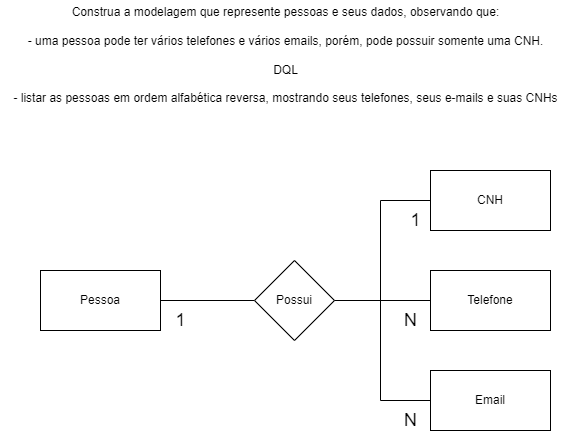
The draw.io diagram exercícios/1.1/1.1.drawio.png in wenderdecastro/senai_sprint1_bd, before a commit. Source tidied: cells renumbered, new cells last; positions are measured from the earlier drawing's top-left corner, leaving out a move shared by most shapes. Its diagram source:
```xml
<mxGraphModel>
  <root>
    <mxCell id="0" />
    <mxCell id="1" parent="0" />
    <mxCell id="2" style="edgeStyle=orthogonalEdgeStyle;rounded=0;jettySize=auto;html=1;endArrow=none;endFill=0;" parent="1" edge="1" source="3" target="8">
      <mxGeometry relative="1" as="geometry" />
    </mxCell>
    <mxCell id="3" value="Pessoa" style="rounded=0;whiteSpace=wrap;html=1;" parent="1" vertex="1">
      <mxGeometry x="40" y="270" width="120" height="60" as="geometry" />
    </mxCell>
    <mxCell id="4" value="CNH" style="rounded=0;whiteSpace=wrap;html=1;" parent="1" vertex="1">
      <mxGeometry x="430" y="170" width="120" height="60" as="geometry" />
    </mxCell>
    <mxCell id="5" style="edgeStyle=orthogonalEdgeStyle;rounded=0;jettySize=auto;html=1;entryX=0;entryY=0.5;entryDx=0;entryDy=0;endArrow=none;endFill=0;" parent="1" edge="1" source="8" target="9">
      <mxGeometry relative="1" as="geometry">
        <Array as="points">
          <mxPoint x="380" y="300" />
          <mxPoint x="380" y="400" />
        </Array>
      </mxGeometry>
    </mxCell>
    <mxCell id="6" style="edgeStyle=orthogonalEdgeStyle;rounded=0;jettySize=auto;html=1;exitX=1;exitY=0.5;exitDx=0;exitDy=0;endArrow=none;endFill=0;" parent="1" edge="1" source="8" target="4">
      <mxGeometry relative="1" as="geometry">
        <Array as="points">
          <mxPoint x="380" y="300" />
          <mxPoint x="380" y="200" />
        </Array>
      </mxGeometry>
    </mxCell>
    <mxCell id="7" style="edgeStyle=orthogonalEdgeStyle;rounded=0;jettySize=auto;html=1;exitX=1;exitY=0.5;exitDx=0;exitDy=0;entryX=0;entryY=0.5;entryDx=0;entryDy=0;endArrow=none;endFill=0;" parent="1" edge="1" source="8" target="14">
      <mxGeometry relative="1" as="geometry" />
    </mxCell>
    <mxCell id="8" value="Possui" style="rhombus;whiteSpace=wrap;html=1;" parent="1" vertex="1">
      <mxGeometry x="254" y="260" width="80" height="80" as="geometry" />
    </mxCell>
    <mxCell id="9" value="Email" style="rounded=0;whiteSpace=wrap;html=1;" parent="1" vertex="1">
      <mxGeometry x="430" y="370" width="120" height="60" as="geometry" />
    </mxCell>
    <mxCell id="10" value="&lt;div&gt;Construa a modelagem que represente pessoas e seus dados, observando que:&lt;/div&gt;&lt;div&gt;&lt;br&gt;&lt;/div&gt;&lt;div&gt;- uma pessoa pode ter vários telefones e vários emails, porém, pode possuir somente uma CNH.&lt;/div&gt;&lt;div&gt;&lt;br&gt;&lt;/div&gt;&lt;div&gt;DQL&lt;/div&gt;&lt;div&gt;&lt;br&gt;&lt;/div&gt;&lt;div&gt;- listar as pessoas em ordem alfabética reversa, mostrando seus telefones, seus e-mails e suas CNHs&lt;/div&gt;" style="text;html=1;align=center;verticalAlign=middle;strokeColor=none;fillColor=none;" parent="1" vertex="1">
      <mxGeometry width="570" height="110" as="geometry" />
    </mxCell>
    <mxCell id="11" value="N" style="text;html=1;align=center;verticalAlign=middle;strokeColor=none;fillColor=none;fontSize=18;" parent="1" vertex="1">
      <mxGeometry x="390" y="400" width="40" height="40" as="geometry" />
    </mxCell>
    <mxCell id="12" value="1" style="text;html=1;align=center;verticalAlign=middle;strokeColor=none;fillColor=none;fontSize=18;" parent="1" vertex="1">
      <mxGeometry x="165" y="300" width="30" height="40" as="geometry" />
    </mxCell>
    <mxCell id="13" value="1" style="text;html=1;align=center;verticalAlign=middle;strokeColor=none;fillColor=none;fontSize=18;" parent="1" vertex="1">
      <mxGeometry x="400" y="200" width="30" height="40" as="geometry" />
    </mxCell>
    <mxCell id="14" value="Telefone" style="rounded=0;whiteSpace=wrap;html=1;" parent="1" vertex="1">
      <mxGeometry x="430" y="270" width="120" height="60" as="geometry" />
    </mxCell>
    <mxCell id="15" value="N" style="text;html=1;align=center;verticalAlign=middle;strokeColor=none;fillColor=none;fontSize=18;" parent="1" vertex="1">
      <mxGeometry x="390" y="300" width="40" height="40" as="geometry" />
    </mxCell>
  </root>
</mxGraphModel>
```
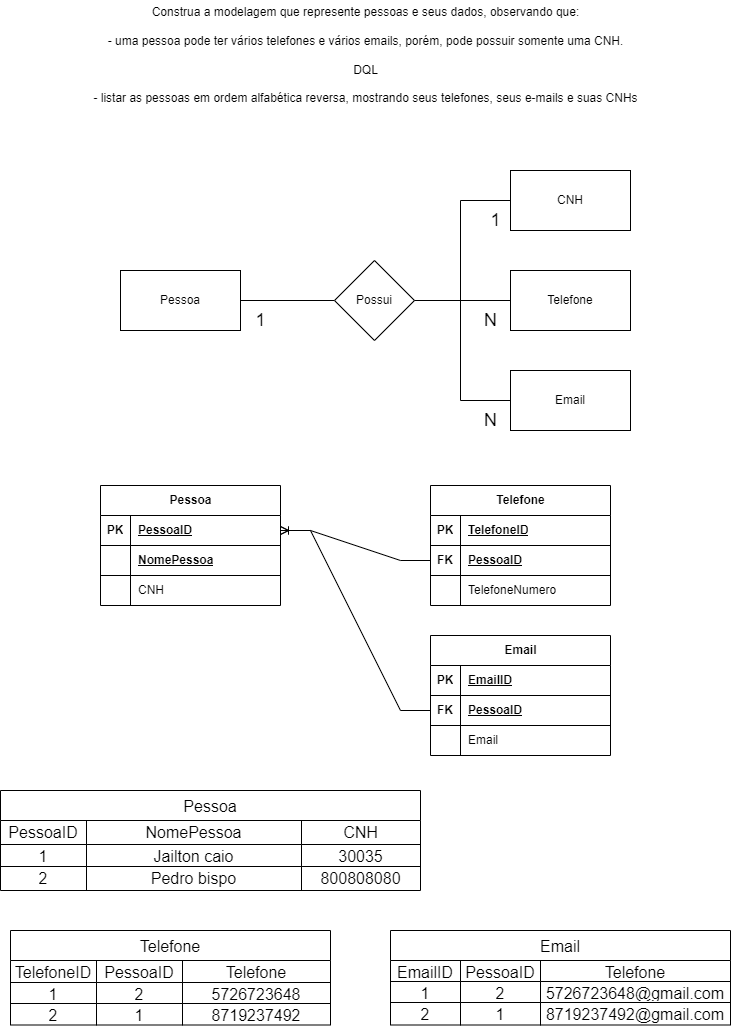
Later version of the same file.

Diff of the diagram source:
```diff
@@ -54,5 +54,226 @@
     <mxCell id="15" value="N" style="text;html=1;align=center;verticalAlign=middle;strokeColor=none;fillColor=none;fontSize=18;" parent="1" vertex="1">
       <mxGeometry x="390" y="300" width="40" height="40" as="geometry" />
     </mxCell>
+    <mxCell id="16" value="Pessoa" style="shape=table;startSize=30;rowLines=0;fontStyle=1;align=center;html=1;" parent="1" vertex="1">
+      <mxGeometry x="20" y="485" width="180" height="120" as="geometry" />
+    </mxCell>
+    <mxCell id="17" style="shape=tableRow;horizontal=0;startSize=0;swimlaneHead=0;swimlaneBody=0;fillColor=none;points=[[0,0.5],[1,0.5]];portConstraint=eastwest;top=0;left=0;right=0;bottom=1;" parent="16" vertex="1">
+      <mxGeometry y="30" width="180" height="30" as="geometry" />
+    </mxCell>
+    <mxCell id="18" value="PK" style="shape=partialRectangle;fillColor=none;top=0;left=0;bottom=0;right=0;fontStyle=1;overflow=hidden;whiteSpace=wrap;html=1;" parent="17" vertex="1">
+      <mxGeometry width="30" height="30" as="geometry" />
+    </mxCell>
+    <mxCell id="19" value="PessoaID" style="shape=partialRectangle;fillColor=none;top=0;left=0;bottom=0;right=0;align=left;spacingLeft=6;fontStyle=5;overflow=hidden;whiteSpace=wrap;html=1;" parent="17" vertex="1">
+      <mxGeometry x="30" width="150" height="30" as="geometry" />
+    </mxCell>
+    <mxCell id="20" style="shape=tableRow;horizontal=0;startSize=0;swimlaneHead=0;swimlaneBody=0;fillColor=none;top=0;left=0;right=0;bottom=1;" parent="16" vertex="1">
+      <mxGeometry y="60" width="180" height="30" as="geometry" />
+    </mxCell>
+    <mxCell id="21" style="shape=partialRectangle;fillColor=none;top=0;left=0;bottom=0;right=0;fontStyle=1;overflow=hidden;whiteSpace=wrap;html=1;" parent="20" vertex="1">
+      <mxGeometry width="30" height="30" as="geometry" />
+    </mxCell>
+    <mxCell id="22" value="NomePessoa" style="shape=partialRectangle;fillColor=none;top=0;left=0;bottom=0;right=0;align=left;spacingLeft=6;fontStyle=5;overflow=hidden;whiteSpace=wrap;html=1;" parent="20" vertex="1">
+      <mxGeometry x="30" width="150" height="30" as="geometry" />
+    </mxCell>
+    <mxCell id="23" style="shape=tableRow;horizontal=0;startSize=0;swimlaneHead=0;swimlaneBody=0;fillColor=none;top=0;left=0;right=0;bottom=0;" parent="16" vertex="1">
+      <mxGeometry y="90" width="180" height="30" as="geometry" />
+    </mxCell>
+    <mxCell id="24" style="shape=partialRectangle;fillColor=none;top=0;left=0;bottom=0;right=0;overflow=hidden;whiteSpace=wrap;html=1;" parent="23" vertex="1">
+      <mxGeometry width="30" height="30" as="geometry" />
+    </mxCell>
+    <mxCell id="25" value="CNH" style="shape=partialRectangle;fillColor=none;top=0;left=0;bottom=0;right=0;align=left;spacingLeft=6;overflow=hidden;whiteSpace=wrap;html=1;" parent="23" vertex="1">
+      <mxGeometry x="30" width="150" height="30" as="geometry" />
+    </mxCell>
+    <mxCell id="26" value="Telefone" style="shape=table;startSize=30;rowLines=0;fontStyle=1;align=center;html=1;" parent="1" vertex="1">
+      <mxGeometry x="350" y="485" width="180" height="120" as="geometry" />
+    </mxCell>
+    <mxCell id="27" style="shape=tableRow;horizontal=0;startSize=0;swimlaneHead=0;swimlaneBody=0;fillColor=none;top=0;left=0;right=0;bottom=1;" parent="26" vertex="1">
+      <mxGeometry y="30" width="180" height="30" as="geometry" />
+    </mxCell>
+    <mxCell id="28" value="PK" style="shape=partialRectangle;fillColor=none;top=0;left=0;bottom=0;right=0;fontStyle=1;overflow=hidden;whiteSpace=wrap;html=1;" parent="27" vertex="1">
+      <mxGeometry width="30" height="30" as="geometry" />
+    </mxCell>
+    <mxCell id="29" value="TelefoneID" style="shape=partialRectangle;fillColor=none;top=0;left=0;bottom=0;right=0;align=left;spacingLeft=6;fontStyle=5;overflow=hidden;whiteSpace=wrap;html=1;" parent="27" vertex="1">
+      <mxGeometry x="30" width="150" height="30" as="geometry" />
+    </mxCell>
+    <mxCell id="30" style="shape=tableRow;horizontal=0;startSize=0;swimlaneHead=0;swimlaneBody=0;fillColor=none;points=[[0,0.5],[1,0.5]];portConstraint=eastwest;top=0;left=0;right=0;bottom=1;" parent="26" vertex="1">
+      <mxGeometry y="60" width="180" height="30" as="geometry" />
+    </mxCell>
+    <mxCell id="31" value="FK" style="shape=partialRectangle;fillColor=none;top=0;left=0;bottom=0;right=0;fontStyle=1;overflow=hidden;whiteSpace=wrap;html=1;" parent="30" vertex="1">
+      <mxGeometry width="30" height="30" as="geometry" />
+    </mxCell>
+    <mxCell id="32" value="PessoaID" style="shape=partialRectangle;fillColor=none;top=0;left=0;bottom=0;right=0;align=left;spacingLeft=6;fontStyle=5;overflow=hidden;whiteSpace=wrap;html=1;" parent="30" vertex="1">
+      <mxGeometry x="30" width="150" height="30" as="geometry" />
+    </mxCell>
+    <mxCell id="33" style="shape=tableRow;horizontal=0;startSize=0;swimlaneHead=0;swimlaneBody=0;fillColor=none;top=0;left=0;right=0;bottom=0;" parent="26" vertex="1">
+      <mxGeometry y="90" width="180" height="30" as="geometry" />
+    </mxCell>
+    <mxCell id="34" style="shape=partialRectangle;fillColor=none;top=0;left=0;bottom=0;right=0;overflow=hidden;whiteSpace=wrap;html=1;" parent="33" vertex="1">
+      <mxGeometry width="30" height="30" as="geometry" />
+    </mxCell>
+    <mxCell id="35" value="TelefoneNumero" style="shape=partialRectangle;fillColor=none;top=0;left=0;bottom=0;right=0;align=left;spacingLeft=6;overflow=hidden;whiteSpace=wrap;html=1;" parent="33" vertex="1">
+      <mxGeometry x="30" width="150" height="30" as="geometry" />
+    </mxCell>
+    <mxCell id="36" value="Email" style="shape=table;startSize=30;rowLines=0;fontStyle=1;align=center;html=1;" parent="1" vertex="1">
+      <mxGeometry x="350" y="635" width="180" height="120" as="geometry" />
+    </mxCell>
+    <mxCell id="37" style="shape=tableRow;horizontal=0;startSize=0;swimlaneHead=0;swimlaneBody=0;fillColor=none;top=0;left=0;right=0;bottom=1;" parent="36" vertex="1">
+      <mxGeometry y="30" width="180" height="30" as="geometry" />
+    </mxCell>
+    <mxCell id="38" value="PK" style="shape=partialRectangle;fillColor=none;top=0;left=0;bottom=0;right=0;fontStyle=1;overflow=hidden;whiteSpace=wrap;html=1;" parent="37" vertex="1">
+      <mxGeometry width="30" height="30" as="geometry" />
+    </mxCell>
+    <mxCell id="39" value="EmailID" style="shape=partialRectangle;fillColor=none;top=0;left=0;bottom=0;right=0;align=left;spacingLeft=6;fontStyle=5;overflow=hidden;whiteSpace=wrap;html=1;" parent="37" vertex="1">
+      <mxGeometry x="30" width="150" height="30" as="geometry" />
+    </mxCell>
+    <mxCell id="40" style="shape=tableRow;horizontal=0;startSize=0;swimlaneHead=0;swimlaneBody=0;fillColor=none;points=[[0,0.5],[1,0.5]];portConstraint=eastwest;top=0;left=0;right=0;bottom=1;" parent="36" vertex="1">
+      <mxGeometry y="60" width="180" height="30" as="geometry" />
+    </mxCell>
+    <mxCell id="41" value="FK" style="shape=partialRectangle;fillColor=none;top=0;left=0;bottom=0;right=0;fontStyle=1;overflow=hidden;whiteSpace=wrap;html=1;" parent="40" vertex="1">
+      <mxGeometry width="30" height="30" as="geometry" />
+    </mxCell>
+    <mxCell id="42" value="PessoaID" style="shape=partialRectangle;fillColor=none;top=0;left=0;bottom=0;right=0;align=left;spacingLeft=6;fontStyle=5;overflow=hidden;whiteSpace=wrap;html=1;" parent="40" vertex="1">
+      <mxGeometry x="30" width="150" height="30" as="geometry" />
+    </mxCell>
+    <mxCell id="43" style="shape=tableRow;horizontal=0;startSize=0;swimlaneHead=0;swimlaneBody=0;fillColor=none;top=0;left=0;right=0;bottom=0;" parent="36" vertex="1">
+      <mxGeometry y="90" width="180" height="30" as="geometry" />
+    </mxCell>
+    <mxCell id="44" style="shape=partialRectangle;fillColor=none;top=0;left=0;bottom=0;right=0;overflow=hidden;whiteSpace=wrap;html=1;" parent="43" vertex="1">
+      <mxGeometry width="30" height="30" as="geometry" />
+    </mxCell>
+    <mxCell id="45" value="Email" style="shape=partialRectangle;fillColor=none;top=0;left=0;bottom=0;right=0;align=left;spacingLeft=6;overflow=hidden;whiteSpace=wrap;html=1;" parent="43" vertex="1">
+      <mxGeometry x="30" width="150" height="30" as="geometry" />
+    </mxCell>
+    <mxCell id="46" style="edgeStyle=entityRelationEdgeStyle;fontSize=12;html=1;endArrow=ERoneToMany;rounded=0;entryX=1;entryY=0.5;entryDx=0;entryDy=0;exitX=0;exitY=0.5;exitDx=0;exitDy=0;" parent="1" edge="1" source="30" target="17">
+      <mxGeometry relative="1" as="geometry">
+        <Array as="points">
+          <mxPoint x="320" y="740" />
+        </Array>
+      </mxGeometry>
+    </mxCell>
+    <mxCell id="47" style="edgeStyle=entityRelationEdgeStyle;fontSize=12;html=1;endArrow=ERoneToMany;rounded=0;exitX=0;exitY=0.5;exitDx=0;exitDy=0;" parent="1" edge="1" source="40" target="17">
+      <mxGeometry relative="1" as="geometry">
+        <Array as="points">
+          <mxPoint x="330" y="750" />
+        </Array>
+      </mxGeometry>
+    </mxCell>
+    <mxCell id="48" value="Pessoa" style="shape=table;startSize=30;strokeColor=default;fontSize=16;" parent="1" vertex="1">
+      <mxGeometry x="-80" y="790" width="420" height="100" as="geometry" />
+    </mxCell>
+    <mxCell id="49" style="shape=tableRow;horizontal=0;startSize=0;swimlaneHead=0;swimlaneBody=0;strokeColor=inherit;top=0;left=0;bottom=0;right=0;fillColor=none;fontSize=16;" parent="48" vertex="1">
+      <mxGeometry y="30" width="420" height="24" as="geometry" />
+    </mxCell>
+    <mxCell id="50" value="PessoaID" style="shape=partialRectangle;html=1;whiteSpace=wrap;strokeColor=inherit;overflow=hidden;fillColor=none;top=0;left=0;bottom=0;right=0;fontSize=16;" parent="49" vertex="1">
+      <mxGeometry width="86" height="24" as="geometry" />
+    </mxCell>
+    <mxCell id="51" value="NomePessoa" style="shape=partialRectangle;html=1;whiteSpace=wrap;strokeColor=inherit;overflow=hidden;fillColor=none;top=0;left=0;bottom=0;right=0;fontSize=16;" parent="49" vertex="1">
+      <mxGeometry x="86" width="215" height="24" as="geometry" />
+    </mxCell>
+    <mxCell id="52" value="CNH" style="shape=partialRectangle;html=1;whiteSpace=wrap;strokeColor=inherit;overflow=hidden;fillColor=none;top=0;left=0;bottom=0;right=0;fontSize=16;" parent="49" vertex="1">
+      <mxGeometry x="301" width="119" height="24" as="geometry" />
+    </mxCell>
+    <mxCell id="53" style="shape=tableRow;horizontal=0;startSize=0;swimlaneHead=0;swimlaneBody=0;strokeColor=inherit;top=0;left=0;bottom=0;right=0;fillColor=none;fontSize=16;" parent="48" vertex="1">
+      <mxGeometry y="54" width="420" height="22" as="geometry" />
+    </mxCell>
+    <mxCell id="54" value="1" style="shape=partialRectangle;html=1;whiteSpace=wrap;strokeColor=inherit;overflow=hidden;fillColor=none;top=0;left=0;bottom=0;right=0;fontSize=16;" parent="53" vertex="1">
+      <mxGeometry width="86" height="22" as="geometry" />
+    </mxCell>
+    <mxCell id="55" value="Jailton caio" style="shape=partialRectangle;html=1;whiteSpace=wrap;strokeColor=inherit;overflow=hidden;fillColor=none;top=0;left=0;bottom=0;right=0;fontSize=16;" parent="53" vertex="1">
+      <mxGeometry x="86" width="215" height="22" as="geometry" />
+    </mxCell>
+    <mxCell id="56" value="30035" style="shape=partialRectangle;html=1;whiteSpace=wrap;strokeColor=inherit;overflow=hidden;fillColor=none;top=0;left=0;bottom=0;right=0;fontSize=16;" parent="53" vertex="1">
+      <mxGeometry x="301" width="119" height="22" as="geometry" />
+    </mxCell>
+    <mxCell id="57" style="shape=tableRow;horizontal=0;startSize=0;swimlaneHead=0;swimlaneBody=0;strokeColor=inherit;top=0;left=0;bottom=0;right=0;fillColor=none;fontSize=16;" parent="48" vertex="1">
+      <mxGeometry y="76" width="420" height="24" as="geometry" />
+    </mxCell>
+    <mxCell id="58" value="2" style="shape=partialRectangle;html=1;whiteSpace=wrap;strokeColor=inherit;overflow=hidden;fillColor=none;top=0;left=0;bottom=0;right=0;fontSize=16;" parent="57" vertex="1">
+      <mxGeometry width="86" height="24" as="geometry" />
+    </mxCell>
+    <mxCell id="59" value="Pedro bispo" style="shape=partialRectangle;html=1;whiteSpace=wrap;strokeColor=inherit;overflow=hidden;fillColor=none;top=0;left=0;bottom=0;right=0;fontSize=16;" parent="57" vertex="1">
+      <mxGeometry x="86" width="215" height="24" as="geometry" />
+    </mxCell>
+    <mxCell id="60" value="800808080" style="shape=partialRectangle;html=1;whiteSpace=wrap;strokeColor=inherit;overflow=hidden;fillColor=none;top=0;left=0;bottom=0;right=0;fontSize=16;" parent="57" vertex="1">
+      <mxGeometry x="301" width="119" height="24" as="geometry" />
+    </mxCell>
+    <mxCell id="61" value="Telefone" style="shape=table;startSize=30;strokeColor=default;fontSize=16;" parent="1" vertex="1">
+      <mxGeometry x="-70" y="930" width="320" height="94.5" as="geometry" />
+    </mxCell>
+    <mxCell id="62" style="shape=tableRow;horizontal=0;startSize=0;swimlaneHead=0;swimlaneBody=0;strokeColor=inherit;top=0;left=0;bottom=0;right=0;fillColor=none;fontSize=16;" parent="61" vertex="1">
+      <mxGeometry y="30" width="320" height="22" as="geometry" />
+    </mxCell>
+    <mxCell id="63" value="TelefoneID" style="shape=partialRectangle;html=1;whiteSpace=wrap;strokeColor=inherit;overflow=hidden;fillColor=none;top=0;left=0;bottom=0;right=0;fontSize=16;" parent="62" vertex="1">
+      <mxGeometry width="86" height="22" as="geometry" />
+    </mxCell>
+    <mxCell id="64" value="PessoaID" style="shape=partialRectangle;html=1;whiteSpace=wrap;strokeColor=inherit;overflow=hidden;fillColor=none;top=0;left=0;bottom=0;right=0;fontSize=16;" parent="62" vertex="1">
+      <mxGeometry x="86" width="86" height="22" as="geometry" />
+    </mxCell>
+    <mxCell id="65" value="Telefone" style="shape=partialRectangle;html=1;whiteSpace=wrap;strokeColor=inherit;overflow=hidden;fillColor=none;top=0;left=0;bottom=0;right=0;fontSize=16;" parent="62" vertex="1">
+      <mxGeometry x="172" width="148" height="22" as="geometry" />
+    </mxCell>
+    <mxCell id="66" style="shape=tableRow;horizontal=0;startSize=0;swimlaneHead=0;swimlaneBody=0;strokeColor=inherit;top=0;left=0;bottom=0;right=0;fillColor=none;fontSize=16;" parent="61" vertex="1">
+      <mxGeometry y="52" width="320" height="21" as="geometry" />
+    </mxCell>
+    <mxCell id="67" value="1" style="shape=partialRectangle;html=1;whiteSpace=wrap;strokeColor=inherit;overflow=hidden;fillColor=none;top=0;left=0;bottom=0;right=0;fontSize=16;" parent="66" vertex="1">
+      <mxGeometry width="86" height="21" as="geometry" />
+    </mxCell>
+    <mxCell id="68" value="2" style="shape=partialRectangle;html=1;whiteSpace=wrap;strokeColor=inherit;overflow=hidden;fillColor=none;top=0;left=0;bottom=0;right=0;fontSize=16;" parent="66" vertex="1">
+      <mxGeometry x="86" width="86" height="21" as="geometry" />
+    </mxCell>
+    <mxCell id="69" value="5726723648" style="shape=partialRectangle;html=1;whiteSpace=wrap;strokeColor=inherit;overflow=hidden;fillColor=none;top=0;left=0;bottom=0;right=0;fontSize=16;" parent="66" vertex="1">
+      <mxGeometry x="172" width="148" height="21" as="geometry" />
+    </mxCell>
+    <mxCell id="70" style="shape=tableRow;horizontal=0;startSize=0;swimlaneHead=0;swimlaneBody=0;strokeColor=inherit;top=0;left=0;bottom=0;right=0;fillColor=none;fontSize=16;" parent="61" vertex="1">
+      <mxGeometry y="73" width="320" height="22" as="geometry" />
+    </mxCell>
+    <mxCell id="71" value="2" style="shape=partialRectangle;html=1;whiteSpace=wrap;strokeColor=inherit;overflow=hidden;fillColor=none;top=0;left=0;bottom=0;right=0;fontSize=16;" parent="70" vertex="1">
+      <mxGeometry width="86" height="22" as="geometry" />
+    </mxCell>
+    <mxCell id="72" value="1" style="shape=partialRectangle;html=1;whiteSpace=wrap;strokeColor=inherit;overflow=hidden;fillColor=none;top=0;left=0;bottom=0;right=0;fontSize=16;" parent="70" vertex="1">
+      <mxGeometry x="86" width="86" height="22" as="geometry" />
+    </mxCell>
+    <mxCell id="73" value="8719237492" style="shape=partialRectangle;html=1;whiteSpace=wrap;strokeColor=inherit;overflow=hidden;fillColor=none;top=0;left=0;bottom=0;right=0;fontSize=16;" parent="70" vertex="1">
+      <mxGeometry x="172" width="148" height="22" as="geometry" />
+    </mxCell>
+    <mxCell id="74" value="Email" style="shape=table;startSize=30;strokeColor=default;fontSize=16;" parent="1" vertex="1">
+      <mxGeometry x="310" y="930" width="340" height="94.5" as="geometry" />
+    </mxCell>
+    <mxCell id="75" style="shape=tableRow;horizontal=0;startSize=0;swimlaneHead=0;swimlaneBody=0;strokeColor=inherit;top=0;left=0;bottom=0;right=0;fillColor=none;fontSize=16;" parent="74" vertex="1">
+      <mxGeometry y="30" width="340" height="21" as="geometry" />
+    </mxCell>
+    <mxCell id="76" value="EmailID" style="shape=partialRectangle;html=1;whiteSpace=wrap;strokeColor=inherit;overflow=hidden;fillColor=none;top=0;left=0;bottom=0;right=0;fontSize=16;" parent="75" vertex="1">
+      <mxGeometry width="70" height="21" as="geometry" />
+    </mxCell>
+    <mxCell id="77" value="PessoaID" style="shape=partialRectangle;html=1;whiteSpace=wrap;strokeColor=inherit;overflow=hidden;fillColor=none;top=0;left=0;bottom=0;right=0;fontSize=16;" parent="75" vertex="1">
+      <mxGeometry x="70" width="80" height="21" as="geometry" />
+    </mxCell>
+    <mxCell id="78" value="Telefone" style="shape=partialRectangle;html=1;whiteSpace=wrap;strokeColor=inherit;overflow=hidden;fillColor=none;top=0;left=0;bottom=0;right=0;fontSize=16;" parent="75" vertex="1">
+      <mxGeometry x="150" width="190" height="21" as="geometry" />
+    </mxCell>
+    <mxCell id="79" style="shape=tableRow;horizontal=0;startSize=0;swimlaneHead=0;swimlaneBody=0;strokeColor=inherit;top=0;left=0;bottom=0;right=0;fillColor=none;fontSize=16;" parent="74" vertex="1">
+      <mxGeometry y="51" width="340" height="21" as="geometry" />
+    </mxCell>
+    <mxCell id="80" value="1" style="shape=partialRectangle;html=1;whiteSpace=wrap;strokeColor=inherit;overflow=hidden;fillColor=none;top=0;left=0;bottom=0;right=0;fontSize=16;" parent="79" vertex="1">
+      <mxGeometry width="70" height="21" as="geometry" />
+    </mxCell>
+    <mxCell id="81" value="2" style="shape=partialRectangle;html=1;whiteSpace=wrap;strokeColor=inherit;overflow=hidden;fillColor=none;top=0;left=0;bottom=0;right=0;fontSize=16;" parent="79" vertex="1">
+      <mxGeometry x="70" width="80" height="21" as="geometry" />
+    </mxCell>
+    <mxCell id="82" value="5726723648@gmail.com" style="shape=partialRectangle;html=1;whiteSpace=wrap;strokeColor=inherit;overflow=hidden;fillColor=none;top=0;left=0;bottom=0;right=0;fontSize=16;" parent="79" vertex="1">
+      <mxGeometry x="150" width="190" height="21" as="geometry" />
+    </mxCell>
+    <mxCell id="83" style="shape=tableRow;horizontal=0;startSize=0;swimlaneHead=0;swimlaneBody=0;strokeColor=inherit;top=0;left=0;bottom=0;right=0;fillColor=none;fontSize=16;" parent="74" vertex="1">
+      <mxGeometry y="72" width="340" height="23" as="geometry" />
+    </mxCell>
+    <mxCell id="84" value="2" style="shape=partialRectangle;html=1;whiteSpace=wrap;strokeColor=inherit;overflow=hidden;fillColor=none;top=0;left=0;bottom=0;right=0;fontSize=16;" parent="83" vertex="1">
+      <mxGeometry width="70" height="23" as="geometry" />
+    </mxCell>
+    <mxCell id="85" value="1" style="shape=partialRectangle;html=1;whiteSpace=wrap;strokeColor=inherit;overflow=hidden;fillColor=none;top=0;left=0;bottom=0;right=0;fontSize=16;" parent="83" vertex="1">
+      <mxGeometry x="70" width="80" height="23" as="geometry" />
+    </mxCell>
+    <mxCell id="86" value="8719237492@gmail.com" style="shape=partialRectangle;html=1;whiteSpace=wrap;strokeColor=inherit;overflow=hidden;fillColor=none;top=0;left=0;bottom=0;right=0;fontSize=16;" parent="83" vertex="1">
+      <mxGeometry x="150" width="190" height="23" as="geometry" />
+    </mxCell>
   </root>
 </mxGraphModel>
```
